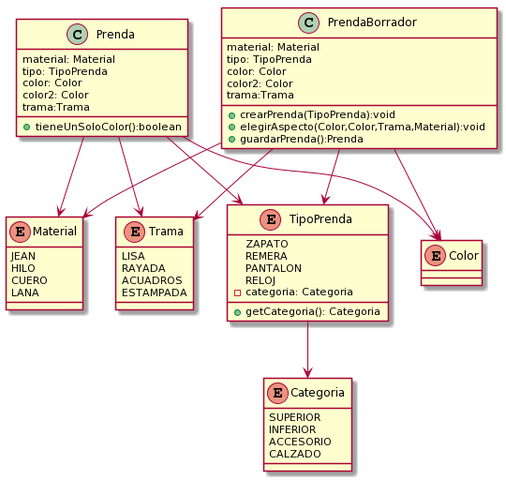
Above: QueMePongo2.png in agustinmonti/DDS-QMP (PlantUML), before the change.
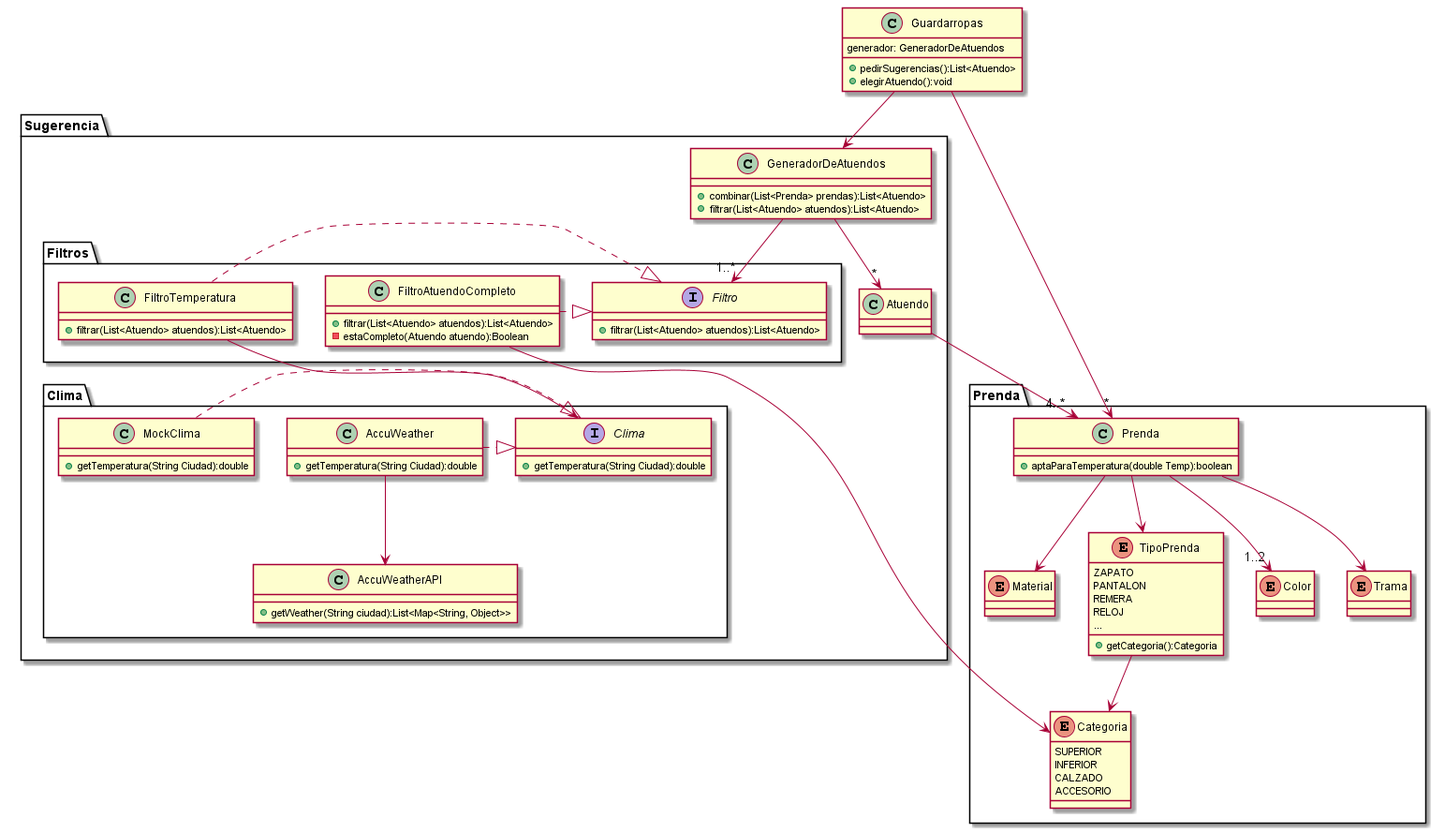
The same diagram one commit later.

Change to the diagram source:
```diff
@@ -1,67 +1,97 @@
 @startuml
-class Prenda
-class PrendaBorrador
-enum TipoPrenda
-enum Color
-enum Categoria
-enum Material
-enum Trama
-
+class Guardarropas
+package Prenda{
+    class Prenda
+    enum Material
+    enum TipoPrenda
+    enum Categoria
+    enum Color
+    enum Trama
+}
+package Sugerencia{
+    class GeneradorDeAtuendos
+    class Atuendo
+    package Clima{
+        class AccuWeather
+        class AccuWeatherAPI
+        interface Clima
+        class MockClima
+    }
+    package Filtros{
+        interface Filtro
+        class FiltroTemperatura
+        class FiltroAtuendoCompleto
+    }
+}
+class Prenda{
+    +aptaParaTemperatura(double Temp):boolean
+}
+Prenda --> Material
 Prenda --> TipoPrenda
-Prenda --> Color
-Prenda --> Material
+Prenda --> "1..2" Color
 Prenda --> Trama
-PrendaBorrador --> TipoPrenda
-PrendaBorrador --> Color
-PrendaBorrador --> Material
-PrendaBorrador --> Trama
 TipoPrenda --> Categoria
 
-class Prenda{
-  material: Material
-  tipo: TipoPrenda
-  color: Color
-  color2: Color
-  trama:Trama
-  +tieneUnSoloColor():boolean
+enum Color{
 }
-class PrendaBorrador{
-  material: Material
-  tipo: TipoPrenda
-  color: Color
-  color2: Color
-  trama:Trama
-  +crearPrenda(TipoPrenda):void
-  +elegirAspecto(Color,Color,Trama,Material):void
-  +guardarPrenda():Prenda
-}
-enum Material {
-  JEAN
-  HILO
-  CUERO
-  LANA
-}
-enum TipoPrenda{
-  ZAPATO
-  REMERA
-  PANTALON
-  RELOJ
-  -categoria: Categoria
-  +getCategoria(): Categoria
+enum Material{
 }
 enum Categoria{
-  SUPERIOR
-  INFERIOR
-  ACCESORIO
-  CALZADO
+SUPERIOR
+INFERIOR
+CALZADO
+ACCESORIO
 }
-enum Color {
+enum TipoPrenda {
+ZAPATO
+PANTALON
+REMERA
+RELOJ
+...
++getCategoria():Categoria
+}
+class MockClima{
++getTemperatura(String Ciudad):double
+}
+AccuWeather .|> Clima
+MockClima .|> Clima
+AccuWeather --> AccuWeatherAPI
+interface Clima{
++getTemperatura(String Ciudad):double
+}
+class AccuWeather{
++getTemperatura(String Ciudad):double
+}
+class AccuWeatherAPI{
++getWeather(String ciudad):List<Map<String, Object>>
+}
 
+FiltroTemperatura .|> Filtro
+FiltroAtuendoCompleto .|> Filtro
+FiltroAtuendoCompleto --> Categoria
+FiltroTemperatura --> Clima
+interface Filtro{
++filtrar(List<Atuendo> atuendos):List<Atuendo>
 }
-enum Trama {
-  LISA
-  RAYADA
-  ACUADROS
-  ESTAMPADA
+class FiltroTemperatura{
++filtrar(List<Atuendo> atuendos):List<Atuendo>
+}
+class FiltroAtuendoCompleto{
++filtrar(List<Atuendo> atuendos):List<Atuendo>
+-estaCompleto(Atuendo atuendo):Boolean
+}
+GeneradorDeAtuendos --> "1..*" Filtro
+GeneradorDeAtuendos --> "*" Atuendo
+Atuendo --> "4..*" Prenda
+Guardarropas --> "*" Prenda
+Guardarropas --> GeneradorDeAtuendos
+class Guardarropas{
+generador: GeneradorDeAtuendos
++pedirSugerencias():List<Atuendo>
++elegirAtuendo():void
+}
+class GeneradorDeAtuendos{
++combinar(List<Prenda> prendas):List<Atuendo>
++filtrar(List<Atuendo> atuendos):List<Atuendo>
 }
 @enduml
```
